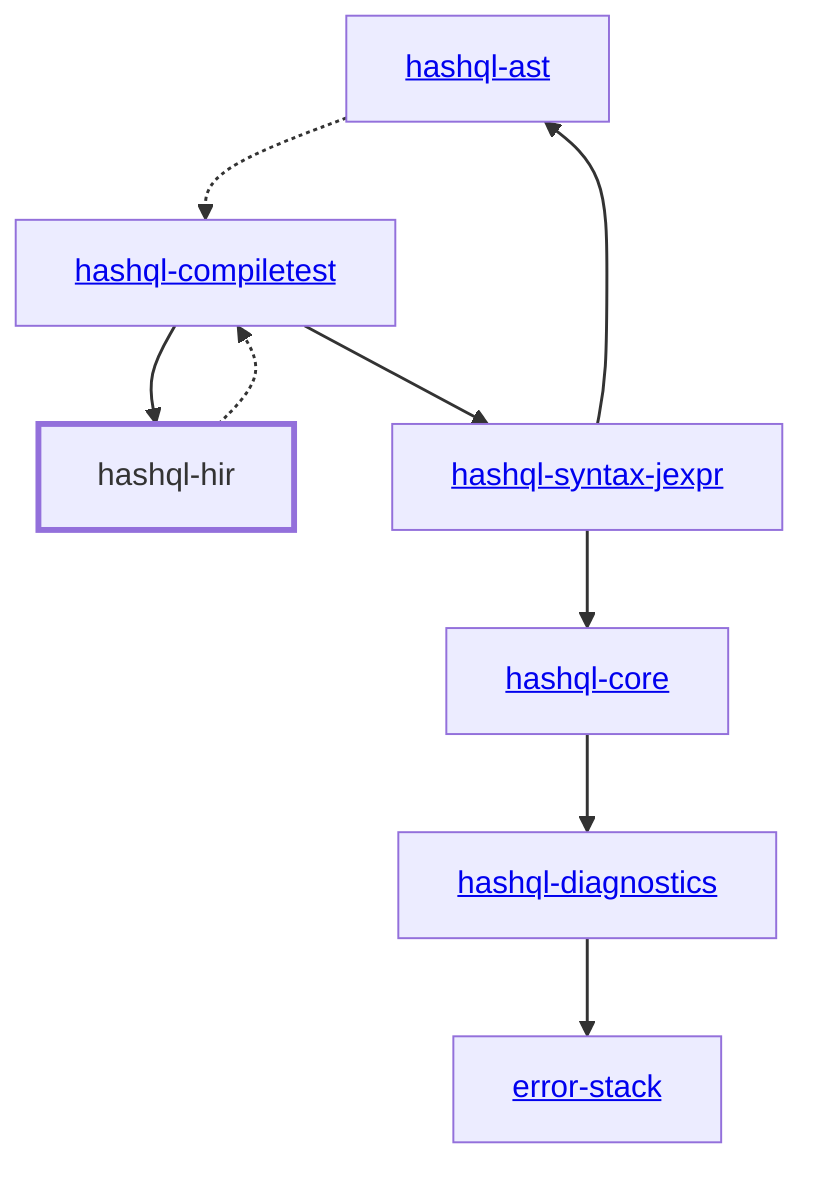
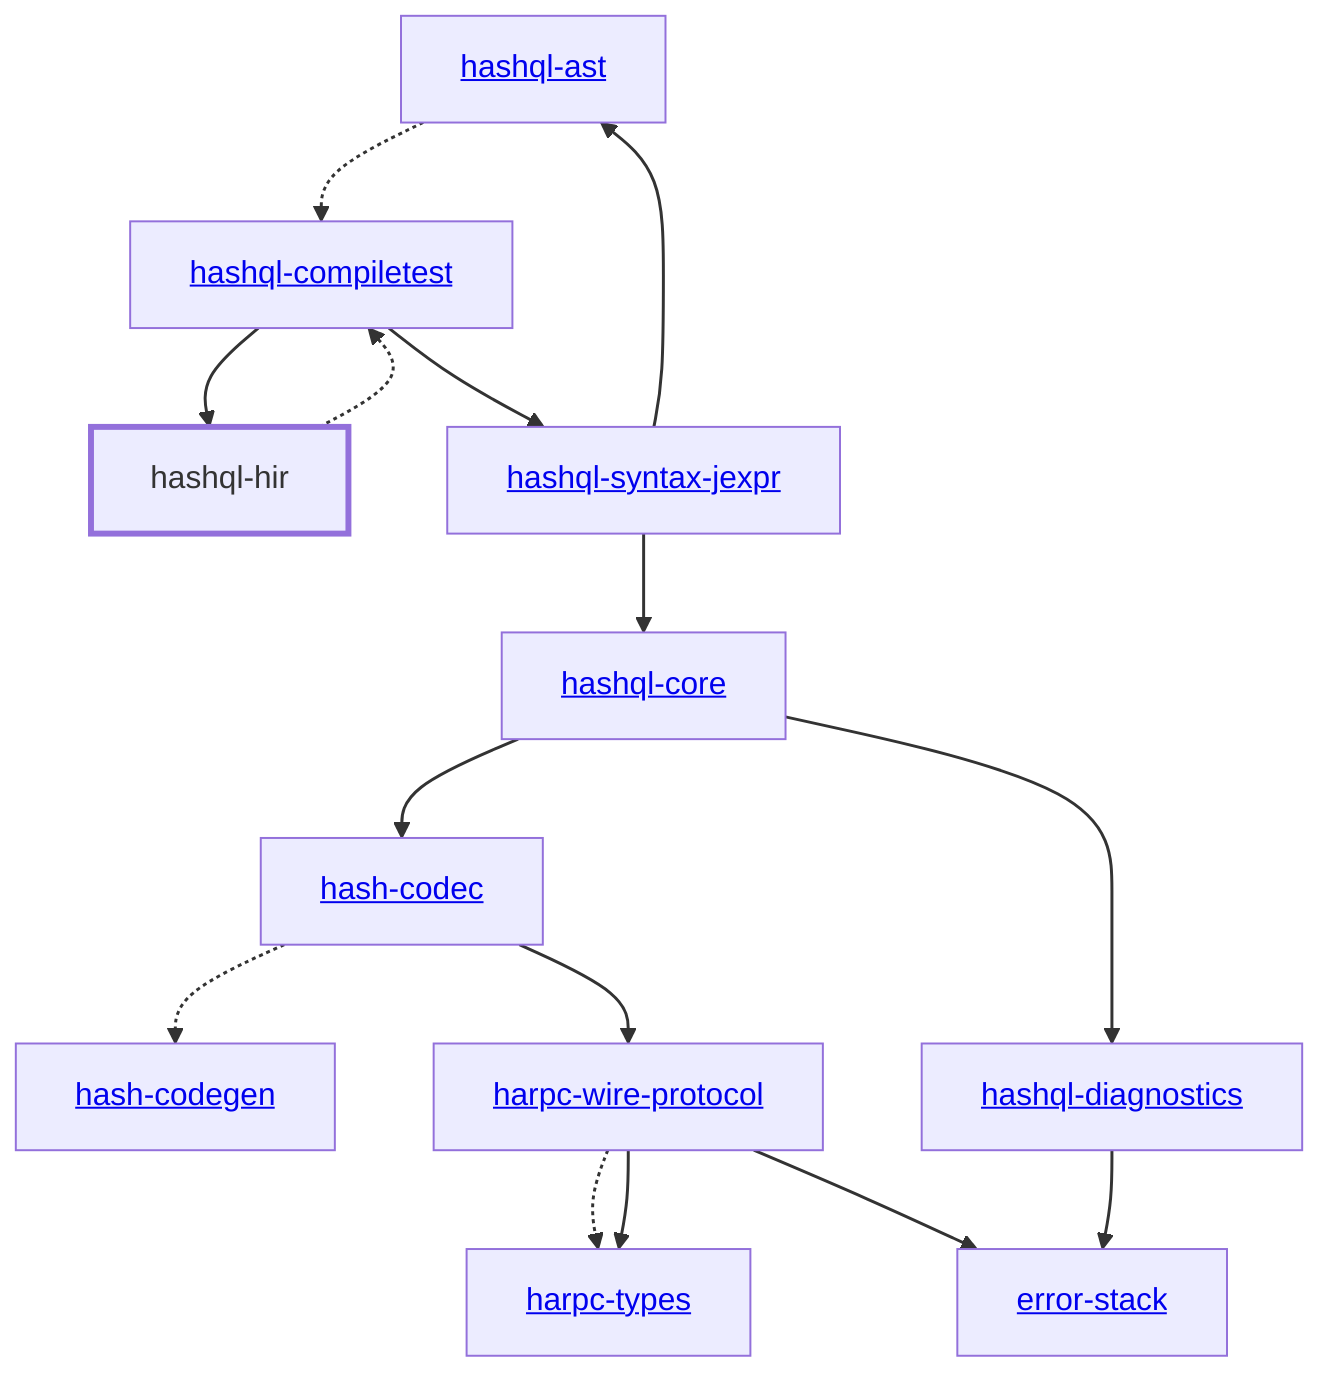
graph TD
    linkStyle default stroke-width:1.5px
    classDef default stroke-width:1px
    classDef root stroke-width:3px
    classDef dev stroke-width:1px
    classDef build stroke-width:1px
    %% Legend
    %% --> : Normal dependency
    %% -.-> : Dev dependency
    %% ---> : Build dependency
-     0[<a href="../hashql_ast">hashql-ast</a>]
-     1[<a href="../hashql_compiletest">hashql-compiletest</a>]
-     2[<a href="../hashql_core">hashql-core</a>]
-     3[<a href="../hashql_diagnostics">hashql-diagnostics</a>]
-     4[hashql-hir]
-     class 4 root
-     5[<a href="../hashql_syntax_jexpr">hashql-syntax-jexpr</a>]
-     6[<a href="../error_stack">error-stack</a>]
+     0[<a href="../hash_codec">hash-codec</a>]
+     1[<a href="../hash_codegen">hash-codegen</a>]
+     2[<a href="../harpc_types">harpc-types</a>]
+     3[<a href="../harpc_wire_protocol">harpc-wire-protocol</a>]
+     4[<a href="../hashql_ast">hashql-ast</a>]
+     5[<a href="../hashql_compiletest">hashql-compiletest</a>]
+     6[<a href="../hashql_core">hashql-core</a>]
+     7[<a href="../hashql_diagnostics">hashql-diagnostics</a>]
+     8[hashql-hir]
+     class 8 root
+     9[<a href="../hashql_syntax_jexpr">hashql-syntax-jexpr</a>]
+     10[<a href="../error_stack">error-stack</a>]
    0 -.-> 1
-     1 --> 4
-     1 --> 5
-     2 --> 3
-     3 --> 6
-     4 -.-> 1
-     5 --> 0
-     5 --> 2
+     0 --> 3
+     3 -.-> 2
+     3 --> 2
+     3 --> 10
+     4 -.-> 5
+     5 --> 8
+     5 --> 9
+     6 --> 0
+     6 --> 7
+     7 --> 10
+     8 -.-> 5
+     9 --> 4
+     9 --> 6
